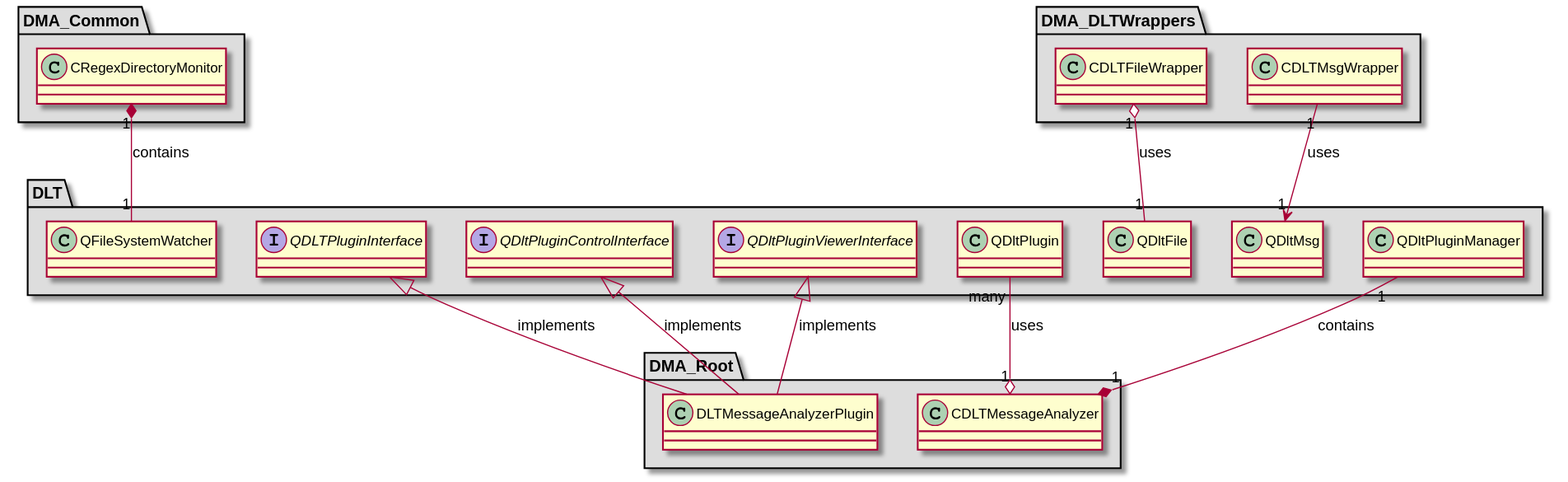
svlad-90/DLT-Message-Analyzer keeps this PlantUML diagram as md/dev_docs/puml/DLT.svg. Above is the earlier version.
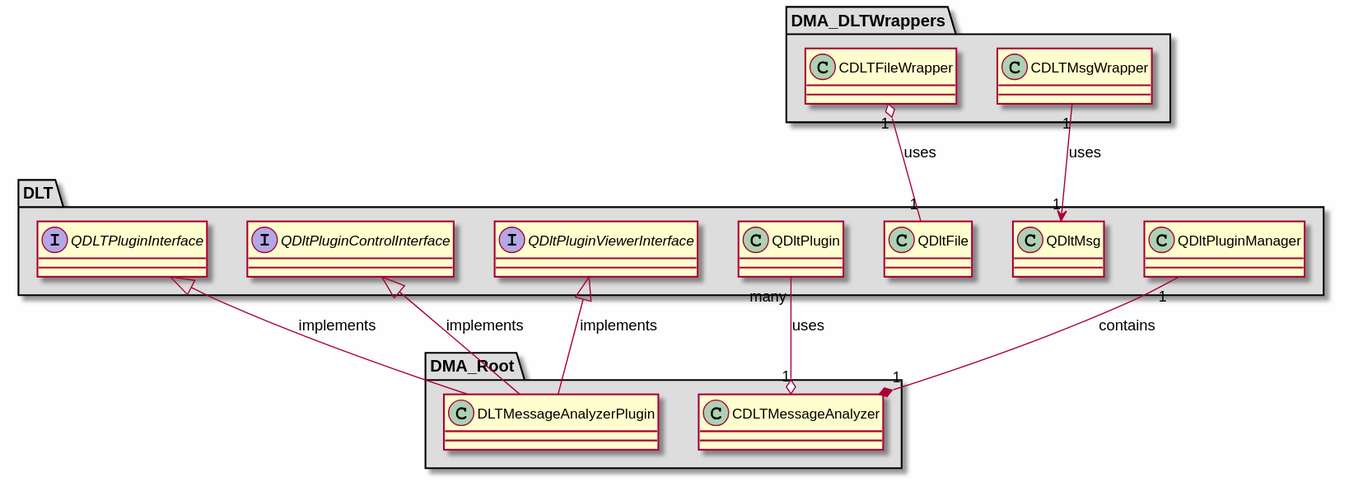
After the change.

The edit, as a diff of the source:
```diff
@@ -1,5 +1,6 @@
 @startuml
 
+skinparam backgroundColor #FEFEFE
 skinparam wrapWidth 600
 package "DLT" #DDDDDD
 {
@@ -29,19 +30,6 @@
 }
 
 interface "QDltPluginViewerInterface"
-{
-}
-
-class "QFileSystemWatcher"
-{
-}
-
-}
-
-package "DMA_Common" #DDDDDD
-{
-
-class "CRegexDirectoryMonitor"
 {
 }
 
@@ -77,7 +65,6 @@
 QDltPluginControlInterface <|-- DLTMessageAnalyzerPlugin : implements
 QDltPluginViewerInterface <|-- DLTMessageAnalyzerPlugin : implements
 
-CRegexDirectoryMonitor "1" *-- "1" QFileSystemWatcher : contains
 CDLTFileWrapper "1" o-- "1" QDltFile : uses
 CDLTMsgWrapper "1" --> "1" QDltMsg : uses
 CDLTMessageAnalyzer "1" o-- "many" QDltPlugin : uses
```
